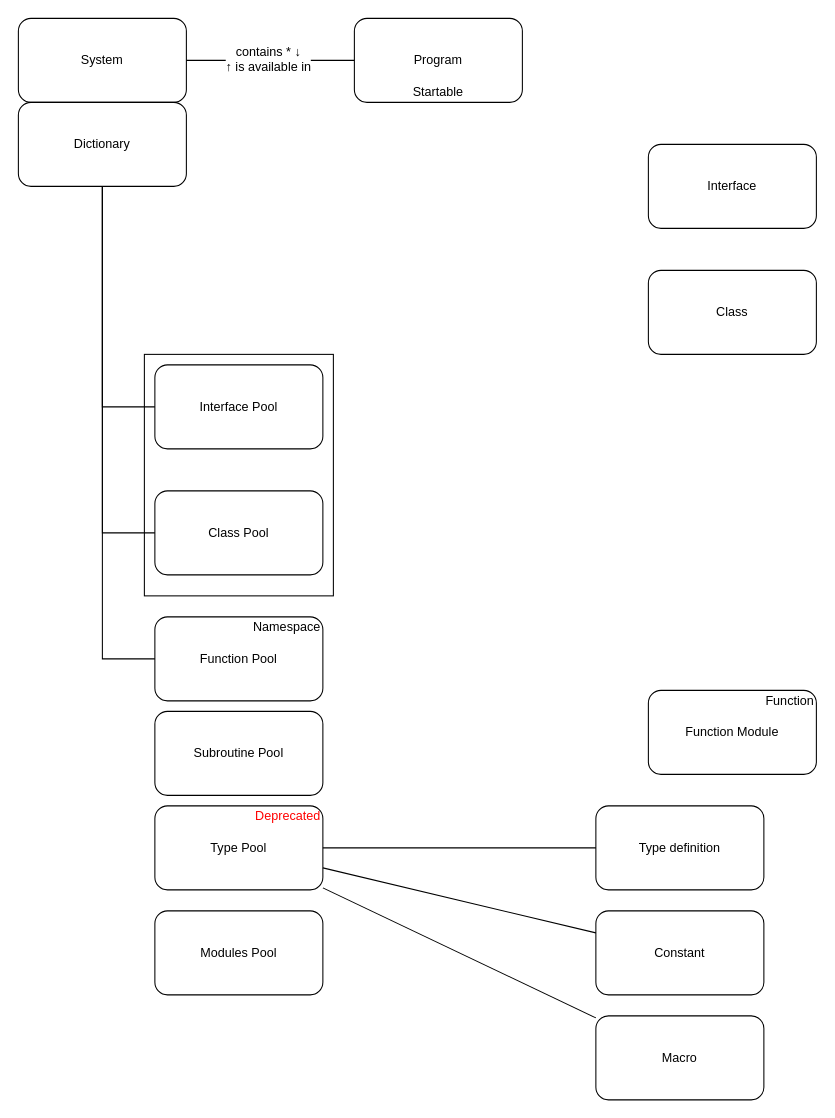
Above: page "ABAP" (2 of 2) of SAP-Information-Model.drawio in sp-christian/sap-information-model (draw.io), before the change. Source tidied: cells renumbered, new cells numbered last; positions are measured from the earlier drawing's top-left corner, leaving out a move shared by most shapes. Both pictures are drawn from the tidied source at 105%, with x=0, y=0 at pixel (18, 18).
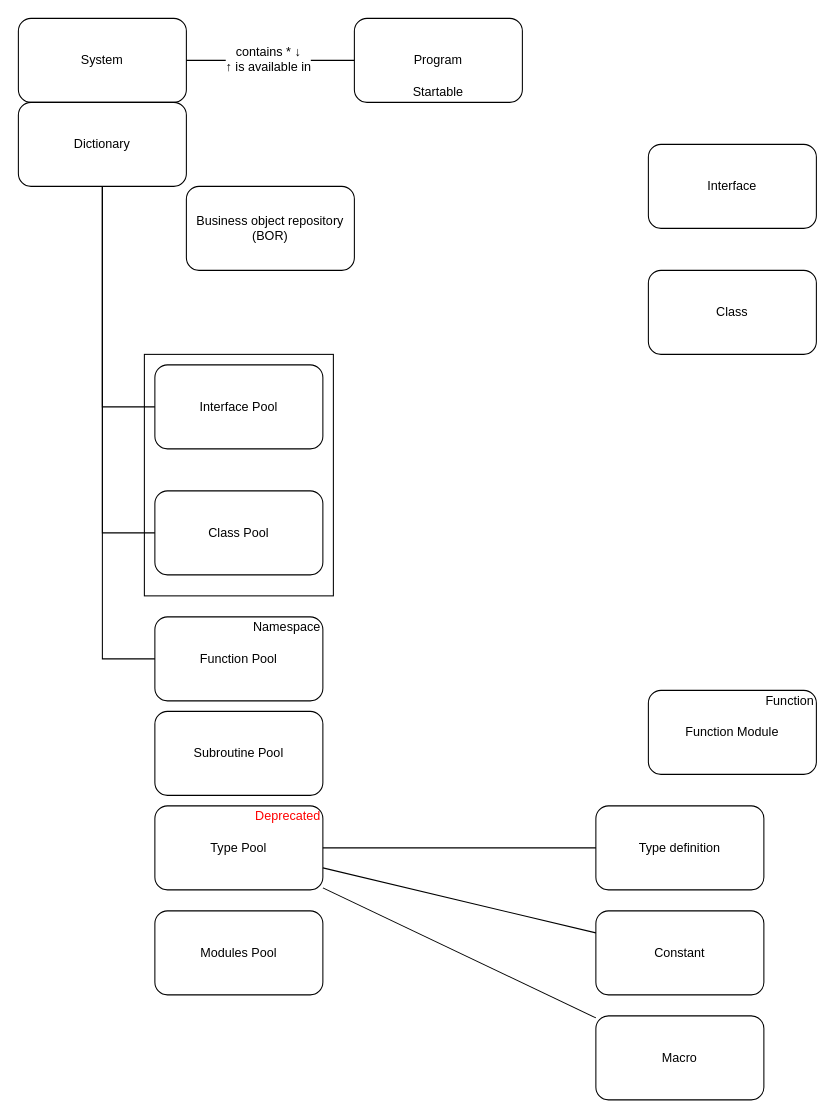
After the change.

Diff of the diagram source:
```diff
@@
+    <mxCell id="30" value="Business object repository&lt;br&gt;(BOR)" style="rounded=1;whiteSpace=wrap;html=1;" parent="1" vertex="1">
+      <mxGeometry x="160" y="160" width="160" height="80" as="geometry" />
+    </mxCell>
```
